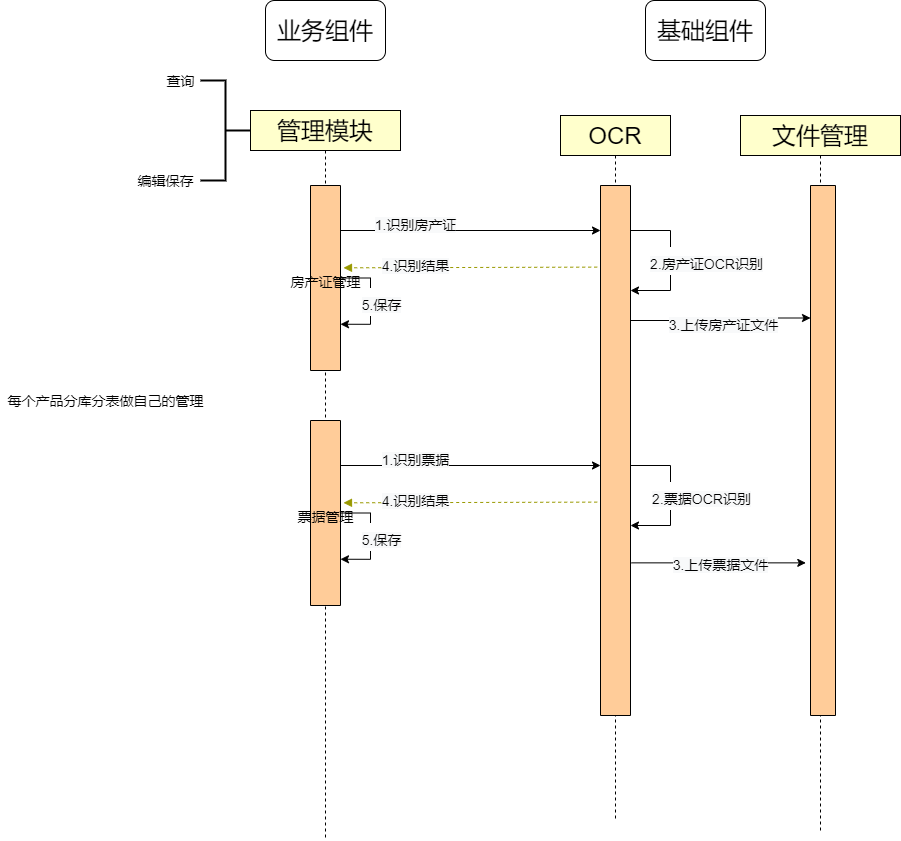
yangjian433/yj keeps this draw.io diagram as 新金融公共组件.drawio.png. Above is the earlier version. Source tidied: cells renumbered, new cells last; positions are measured from the earlier drawing's top-left corner, leaving out a move shared by most shapes.
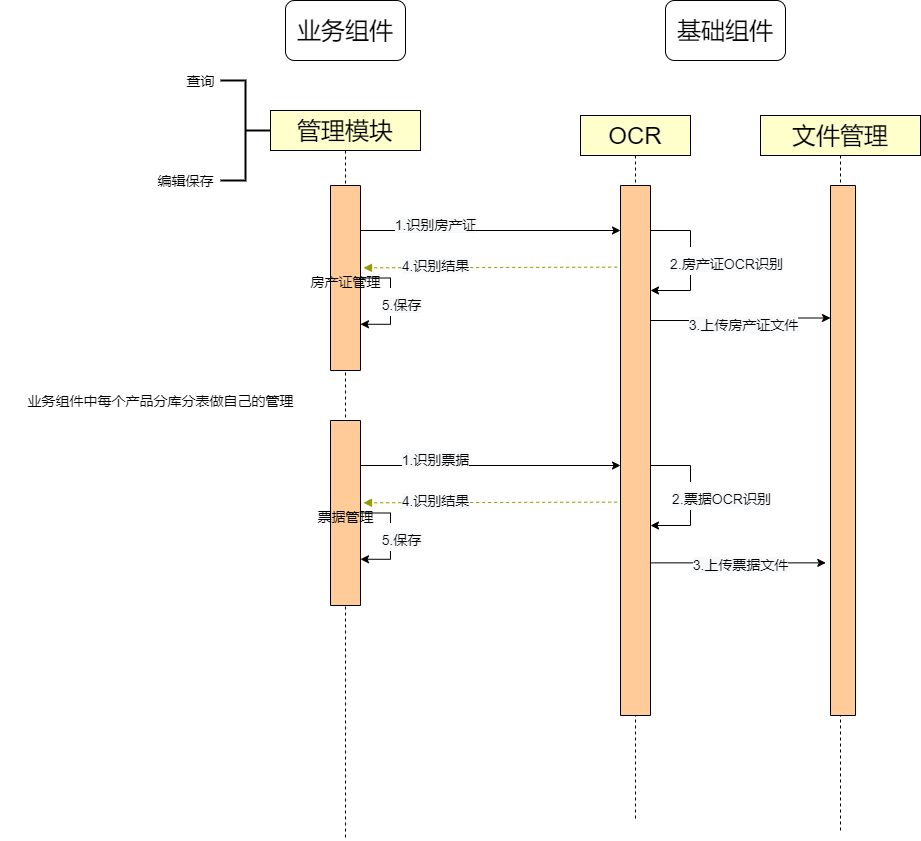
Later version of the same file.

Commit message:
Update 新金融公共组件.drawio.png

The edit, as a diff of the source:
```diff
@@ -89,8 +89,8 @@
         <mxPoint x="-27" y="-7" as="offset" />
       </mxGeometry>
     </mxCell>
-    <mxCell id="21" value="每个产品分库分表做自己的管理" style="text;html=1;align=center;verticalAlign=middle;strokeColor=none;fillColor=none;fontSize=14;" parent="1" vertex="1">
-      <mxGeometry y="390" width="210" height="20" as="geometry" />
+    <mxCell id="21" value="业务组件中每个产品分库分表做自己的管理" style="text;html=1;align=center;verticalAlign=middle;strokeColor=none;fillColor=none;fontSize=14;" parent="1" vertex="1">
+      <mxGeometry x="-20" y="390" width="320" height="20" as="geometry" />
     </mxCell>
     <mxCell id="22" value="&lt;font style=&quot;font-size: 24px&quot;&gt;业务组件&lt;/font&gt;" style="rounded=1;whiteSpace=wrap;html=1;fontSize=14;" parent="1" vertex="1">
       <mxGeometry x="265" width="120" height="60" as="geometry" />
```
